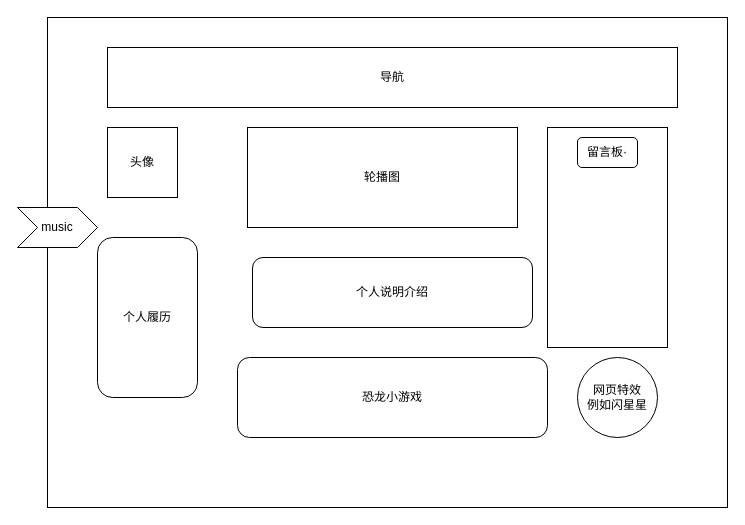
Above: Untitled Diagram.drawio in HealerL/HealerL (draw.io), before the change. Source tidied: cells renumbered, new cells numbered last; positions are measured from the earlier drawing's top-left corner, leaving out a move shared by most shapes. Both pictures are drawn from the tidied source at 100%, with x=0, y=0 at pixel (17, 17).
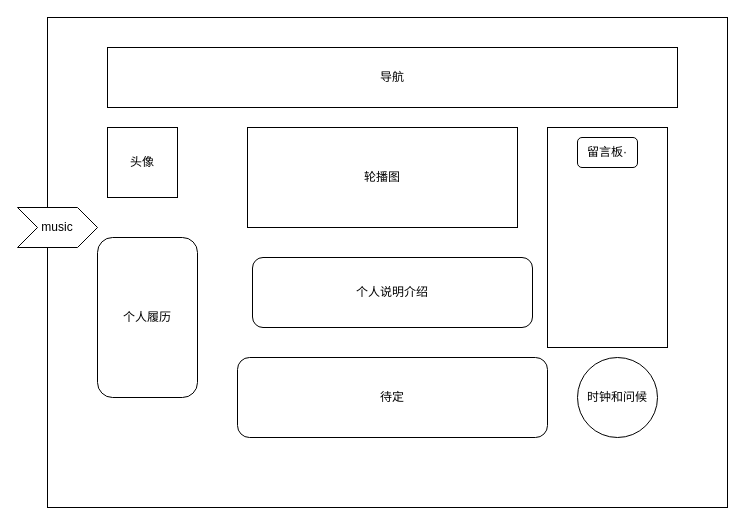
After the change.

The edit, as a diff of the source:
```diff
@@
 <mxGraphModel>
   <root>
     <mxCell id="0" />
     <mxCell id="1" parent="0" />
     <mxCell id="2" style="rounded=0;whiteSpace=wrap;html=1;" parent="1" vertex="1">
       <mxGeometry x="30" width="680" height="490" as="geometry" />
     </mxCell>
     <mxCell id="3" value="导航" style="rounded=0;whiteSpace=wrap;html=1;" parent="1" vertex="1">
       <mxGeometry x="90" y="30" width="570" height="60" as="geometry" />
     </mxCell>
     <mxCell id="4" value="轮播图" style="rounded=0;whiteSpace=wrap;html=1;" parent="1" vertex="1">
       <mxGeometry x="230" y="110" width="270" height="100" as="geometry" />
     </mxCell>
     <mxCell id="5" value="music" style="shape=step;perimeter=stepPerimeter;whiteSpace=wrap;html=1;fixedSize=1;" parent="1" vertex="1">
       <mxGeometry y="190" width="80" height="40" as="geometry" />
     </mxCell>
     <mxCell id="6" style="rounded=0;whiteSpace=wrap;html=1;" parent="1" vertex="1">
       <mxGeometry x="530" y="110" width="120" height="220" as="geometry" />
     </mxCell>
     <mxCell id="7" value="留言板·" style="rounded=1;whiteSpace=wrap;html=1;" parent="1" vertex="1">
       <mxGeometry x="560" y="120" width="60" height="30" as="geometry" />
     </mxCell>
     <mxCell id="8" value="头像" style="rounded=0;whiteSpace=wrap;html=1;" parent="1" vertex="1">
       <mxGeometry x="90" y="110" width="70" height="70" as="geometry" />
     </mxCell>
     <mxCell id="9" value="个人说明介绍" style="rounded=1;whiteSpace=wrap;html=1;" parent="1" vertex="1">
       <mxGeometry x="235" y="240" width="280" height="70" as="geometry" />
     </mxCell>
     <mxCell id="10" value="个人履历" style="rounded=1;whiteSpace=wrap;html=1;" parent="1" vertex="1">
       <mxGeometry x="80" y="220" width="100" height="160" as="geometry" />
     </mxCell>
-    <mxCell id="11" value="恐龙小游戏" style="rounded=1;whiteSpace=wrap;html=1;" parent="1" vertex="1">
+    <mxCell id="11" value="待定" style="rounded=1;whiteSpace=wrap;html=1;" parent="1" vertex="1">
       <mxGeometry x="220" y="340" width="310" height="80" as="geometry" />
     </mxCell>
-    <mxCell id="12" value="网页特效&lt;br&gt;例如闪星星" style="ellipse;whiteSpace=wrap;html=1;" parent="1" vertex="1">
+    <mxCell id="12" value="时钟和问候" style="ellipse;whiteSpace=wrap;html=1;" parent="1" vertex="1">
       <mxGeometry x="560" y="340" width="80" height="80" as="geometry" />
     </mxCell>
   </root>
 </mxGraphModel>
```
